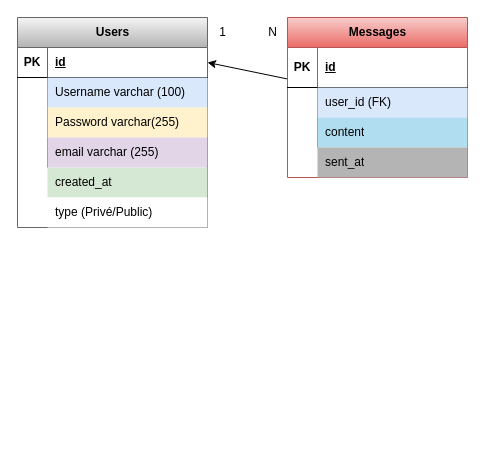
Above: sql/schema.drawio in SoleneVandercruyssen/Projet2 (draw.io), before the change. Source tidied: cells renumbered, new cells numbered last; positions are measured from the earlier drawing's top-left corner, leaving out a move shared by most shapes. Both pictures are drawn from the tidied source at 100%, with x=0, y=0 at pixel (17, 17).
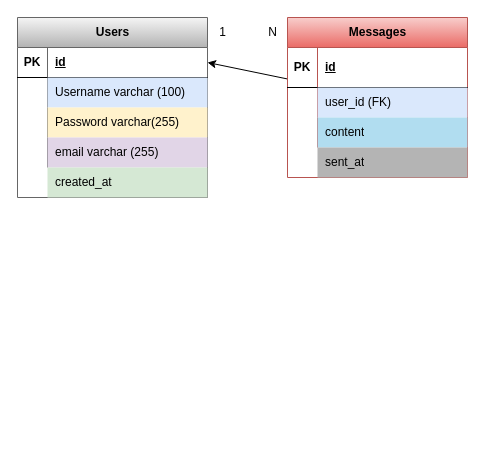
The same diagram, later.

What changed in the source:
```diff
@@
     <mxCell id="2" value="Users" style="shape=table;startSize=30;childLayout=tableLayout;rowLines=0;fontStyle=1;align=center;html=1;fillColor=#f5f5f5;strokeColor=#666666;gradientColor=#b3b3b3;" parent="1" vertex="1">
-      <mxGeometry width="190" height="210" as="geometry" />
+      <mxGeometry width="190" height="180" as="geometry" />
     </mxCell>
@@
-    <mxCell id="31" value="type (Privé/Public)" style="shape=partialRectangle;top=0;left=0;bottom=0;right=0;align=left;spacingLeft=6;overflow=hidden;whiteSpace=wrap;html=1;" parent="1" vertex="1">
-      <mxGeometry x="30" y="180" width="160" height="30" as="geometry" />
-    </mxCell>
```
